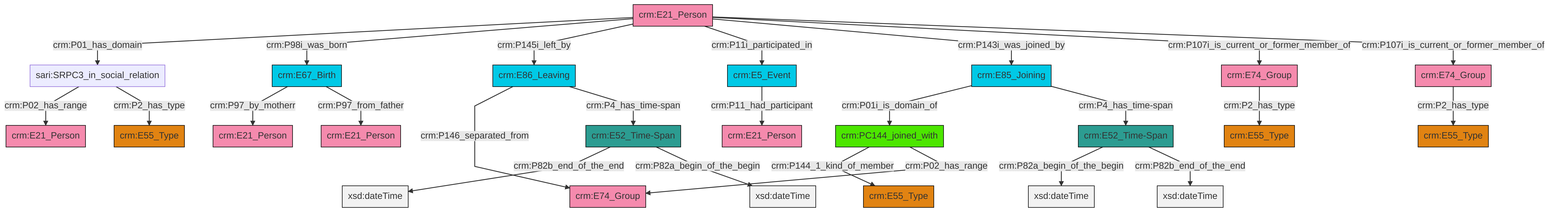
Before: et/personCSV/ttl/mmd/png/Person_Actor_Relations.png, a diagram exported from Mermaid (swiss-art-research-net/docs.swissartresearch). Its source is kept beside it as et/personCSV/ttl/mmd/Person_Actor_Relations.ttl.mmd.
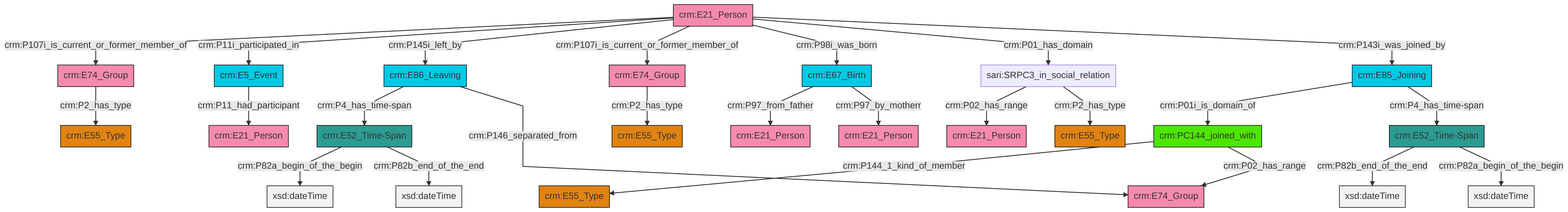
The same file after the commit.

Change to the diagram source:
```diff
@@ -13,27 +13,27 @@
 classDef PC_Classes fill:#4ce600, stroke:#000000;
 classDef Multi fill:#cccccc,stroke:#000000;
 
-0["crm:E52_Time-Span"]:::Time-Span -->|crm:P82a_begin_of_the_begin| 2[xsd:dateTime]:::Literal
-3["crm:E21_Person"]:::Actor -->|crm:P01_has_domain| 4["sari:SRPC3_in_social_relation"]:::Default
-3["crm:E21_Person"]:::Actor -->|crm:P98i_was_born| 7["crm:E67_Birth"]:::Temporal_Entity
-14["crm:E86_Leaving"]:::Temporal_Entity -->|crm:P146_separated_from| 8["crm:E74_Group"]:::Actor
-3["crm:E21_Person"]:::Actor -->|crm:P145i_left_by| 14["crm:E86_Leaving"]:::Temporal_Entity
-17["crm:E5_Event"]:::Temporal_Entity -->|crm:P11_had_participant| 18["crm:E21_Person"]:::Actor
-19["crm:E85_Joining"]:::Temporal_Entity -->|crm:P01i_is_domain_of| 20["crm:PC144_joined_with"]:::PC_Classes
-19["crm:E85_Joining"]:::Temporal_Entity -->|crm:P4_has_time-span| 0["crm:E52_Time-Span"]:::Time-Span
-15["crm:E52_Time-Span"]:::Time-Span -->|crm:P82b_end_of_the_end| 24[xsd:dateTime]:::Literal
-14["crm:E86_Leaving"]:::Temporal_Entity -->|crm:P4_has_time-span| 15["crm:E52_Time-Span"]:::Time-Span
-4["sari:SRPC3_in_social_relation"]:::Default -->|crm:P02_has_range| 28["crm:E21_Person"]:::Actor
-4["sari:SRPC3_in_social_relation"]:::Default -->|crm:P2_has_type| 22["crm:E55_Type"]:::Type
-15["crm:E52_Time-Span"]:::Time-Span -->|crm:P82a_begin_of_the_begin| 32[xsd:dateTime]:::Literal
-35["crm:E74_Group"]:::Actor -->|crm:P2_has_type| 12["crm:E55_Type"]:::Type
-3["crm:E21_Person"]:::Actor -->|crm:P11i_participated_in| 17["crm:E5_Event"]:::Temporal_Entity
-3["crm:E21_Person"]:::Actor -->|crm:P143i_was_joined_by| 19["crm:E85_Joining"]:::Temporal_Entity
-20["crm:PC144_joined_with"]:::PC_Classes -->|crm:P144_1_kind_of_member| 29["crm:E55_Type"]:::Type
-7["crm:E67_Birth"]:::Temporal_Entity -->|crm:P97_by_motherr| 25["crm:E21_Person"]:::Actor
-20["crm:PC144_joined_with"]:::PC_Classes -->|crm:P02_has_range| 8["crm:E74_Group"]:::Actor
-3["crm:E21_Person"]:::Actor -->|crm:P107i_is_current_or_former_member_of| 35["crm:E74_Group"]:::Actor
-7["crm:E67_Birth"]:::Temporal_Entity -->|crm:P97_from_father| 38["crm:E21_Person"]:::Actor
-0["crm:E52_Time-Span"]:::Time-Span -->|crm:P82b_end_of_the_end| 39[xsd:dateTime]:::Literal
-3["crm:E21_Person"]:::Actor -->|crm:P107i_is_current_or_former_member_of| 10["crm:E74_Group"]:::Actor
-10["crm:E74_Group"]:::Actor -->|crm:P2_has_type| 5["crm:E55_Type"]:::Type
+2["crm:E21_Person"]:::Actor -->|crm:P107i_is_current_or_former_member_of| 3["crm:E74_Group"]:::Actor
+3["crm:E74_Group"]:::Actor -->|crm:P2_has_type| 0["crm:E55_Type"]:::Type
+2["crm:E21_Person"]:::Actor -->|crm:P11i_participated_in| 8["crm:E5_Event"]:::Temporal_Entity
+6["crm:E52_Time-Span"]:::Time-Span -->|crm:P82a_begin_of_the_begin| 9[xsd:dateTime]:::Literal
+8["crm:E5_Event"]:::Temporal_Entity -->|crm:P11_had_participant| 12["crm:E21_Person"]:::Actor
+13["crm:E52_Time-Span"]:::Time-Span -->|crm:P82b_end_of_the_end| 14[xsd:dateTime]:::Literal
+15["crm:E67_Birth"]:::Temporal_Entity -->|crm:P97_from_father| 16["crm:E21_Person"]:::Actor
+13["crm:E52_Time-Span"]:::Time-Span -->|crm:P82a_begin_of_the_begin| 21[xsd:dateTime]:::Literal
+10["crm:PC144_joined_with"]:::PC_Classes -->|crm:P144_1_kind_of_member| 4["crm:E55_Type"]:::Type
+25["crm:E86_Leaving"]:::Temporal_Entity -->|crm:P4_has_time-span| 6["crm:E52_Time-Span"]:::Time-Span
+2["crm:E21_Person"]:::Actor -->|crm:P145i_left_by| 25["crm:E86_Leaving"]:::Temporal_Entity
+17["sari:SRPC3_in_social_relation"]:::Default -->|crm:P02_has_range| 19["crm:E21_Person"]:::Actor
+17["sari:SRPC3_in_social_relation"]:::Default -->|crm:P2_has_type| 27["crm:E55_Type"]:::Type
+2["crm:E21_Person"]:::Actor -->|crm:P107i_is_current_or_former_member_of| 28["crm:E74_Group"]:::Actor
+28["crm:E74_Group"]:::Actor -->|crm:P2_has_type| 23["crm:E55_Type"]:::Type
+10["crm:PC144_joined_with"]:::PC_Classes -->|crm:P02_has_range| 33["crm:E74_Group"]:::Actor
+2["crm:E21_Person"]:::Actor -->|crm:P98i_was_born| 15["crm:E67_Birth"]:::Temporal_Entity
+30["crm:E85_Joining"]:::Temporal_Entity -->|crm:P01i_is_domain_of| 10["crm:PC144_joined_with"]:::PC_Classes
+6["crm:E52_Time-Span"]:::Time-Span -->|crm:P82b_end_of_the_end| 36[xsd:dateTime]:::Literal
+15["crm:E67_Birth"]:::Temporal_Entity -->|crm:P97_by_motherr| 37["crm:E21_Person"]:::Actor
+2["crm:E21_Person"]:::Actor -->|crm:P01_has_domain| 17["sari:SRPC3_in_social_relation"]:::Default
+25["crm:E86_Leaving"]:::Temporal_Entity -->|crm:P146_separated_from| 33["crm:E74_Group"]:::Actor
+30["crm:E85_Joining"]:::Temporal_Entity -->|crm:P4_has_time-span| 13["crm:E52_Time-Span"]:::Time-Span
+2["crm:E21_Person"]:::Actor -->|crm:P143i_was_joined_by| 30["crm:E85_Joining"]:::Temporal_Entity
```
